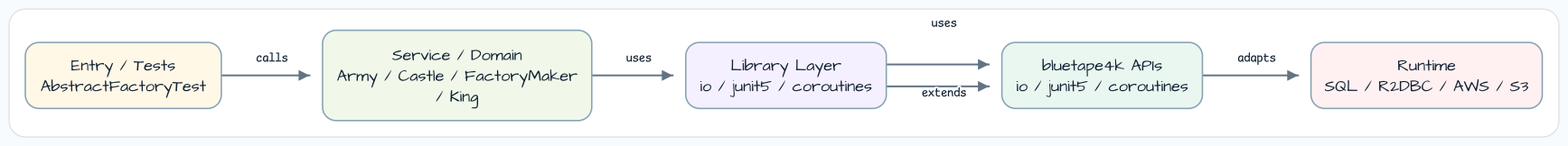
Earlier version of the Graphviz export docs/images/readme-diagrams/kotlin-design-patterns-readme-architecture-01.png (bluetape4k/bluetape4k-workshop). Its source is kept beside it as docs/images/readme-diagrams/kotlin-design-patterns-readme-architecture-01.dot. Source of this version:
```dot
digraph G {
  graph [
    rankdir=LR,
    bgcolor="white",
    pad="0.35",
    nodesep="0.55",
    ranksep="0.75",
    splines=ortho,
    outputorder=edgesfirst
  ];
  node [
    shape=box,
    style="rounded,filled",
    penwidth=1.4,
    color="#88A3B5",
    fillcolor="#F6FAFF",
    fontname="Architects Daughter",
    fontsize=14,
    margin="0.14,0.10"
  ];
  edge [
    color="#637383",
    arrowsize=0.8,
    penwidth=1.5,
    fontname="Comic Mono",
    fontsize=11
  ];

  entry [label="Entry / Tests\nAbstractFactoryTest", fillcolor="#FFF8E7"];
  service [label="Service / Domain\nArmy / Castle / FactoryMaker\n/ King", fillcolor="#F1F8E9"];
  infra [label="Library Layer\nio / junit5 / coroutines", fillcolor="#F5F0FF"];
  bt [label="bluetape4k APIs\nio / junit5 / coroutines", fillcolor="#EAF7F0"];
  runtime [label="Runtime\nSQL / R2DBC / AWS / S3", fillcolor="#FFF1F1"];

  entry -> service [label="calls"];
  service -> infra [label="uses"];
  infra -> bt [label="uses"];
  infra -> bt [label="extends"];
  bt -> runtime [label="adapts"];
}
```
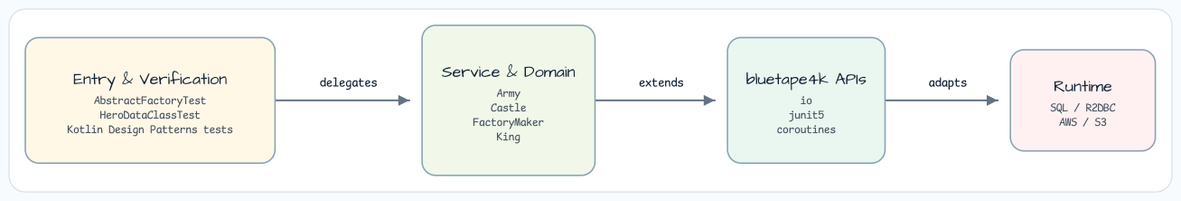
The same file after the commit.

What changed in the source:
```diff
@@ -3,8 +3,8 @@
     rankdir=LR,
     bgcolor="white",
     pad="0.35",
-    nodesep="0.55",
-    ranksep="0.75",
+    nodesep="0.70",
+    ranksep="0.95",
     splines=ortho,
     outputorder=edgesfirst
   ];
@@ -16,7 +16,7 @@
     fillcolor="#F6FAFF",
     fontname="Architects Daughter",
     fontsize=14,
-    margin="0.14,0.10"
+    margin="0.20,0.16"
   ];
   edge [
     color="#637383",
@@ -26,15 +26,12 @@
     fontsize=11
   ];
 
-  entry [label="Entry / Tests\nAbstractFactoryTest", fillcolor="#FFF8E7"];
-  service [label="Service / Domain\nArmy / Castle / FactoryMaker\n/ King", fillcolor="#F1F8E9"];
-  infra [label="Library Layer\nio / junit5 / coroutines", fillcolor="#F5F0FF"];
-  bt [label="bluetape4k APIs\nio / junit5 / coroutines", fillcolor="#EAF7F0"];
-  runtime [label="Runtime\nSQL / R2DBC / AWS / S3", fillcolor="#FFF1F1"];
+  entry [label="Entry & Verification\nAbstractFactoryTest\nHeroDataClassTest\nKotlin Design Patterns tests", fillcolor="#FFF8E7"];
+  service [label="Service & Domain\nArmy\nCastle\nFactoryMaker\nKing", fillcolor="#F1F8E9"];
+  bt [label="bluetape4k APIs\nio\njunit5\ncoroutines", fillcolor="#EAF7F0"];
+  runtime [label="Runtime\nSQL / R2DBC\nAWS / S3", fillcolor="#FFF1F1"];
 
-  entry -> service [label="calls"];
-  service -> infra [label="uses"];
-  infra -> bt [label="uses"];
-  infra -> bt [label="extends"];
+  entry -> service [label="delegates"];
+  service -> bt [label="extends"];
   bt -> runtime [label="adapts"];
 }
```
